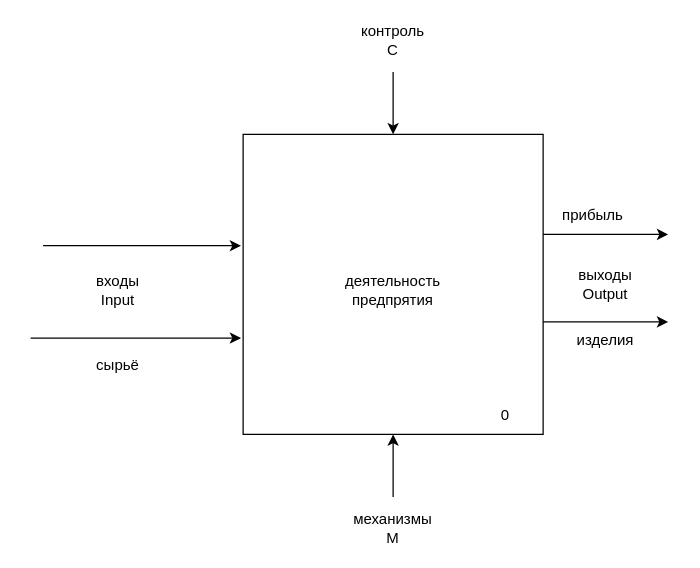
The draw.io diagram page "Страница — 2" (2 of 5) of etol.drawio in emauter/GB_mysql, before the edit. Source tidied: cells renumbered, new cells numbered last; positions are measured from the earlier drawing's top-left corner, leaving out a move shared by most shapes. Both pictures are drawn from the tidied source at 125%, with x=0, y=0 at pixel (30, 21).
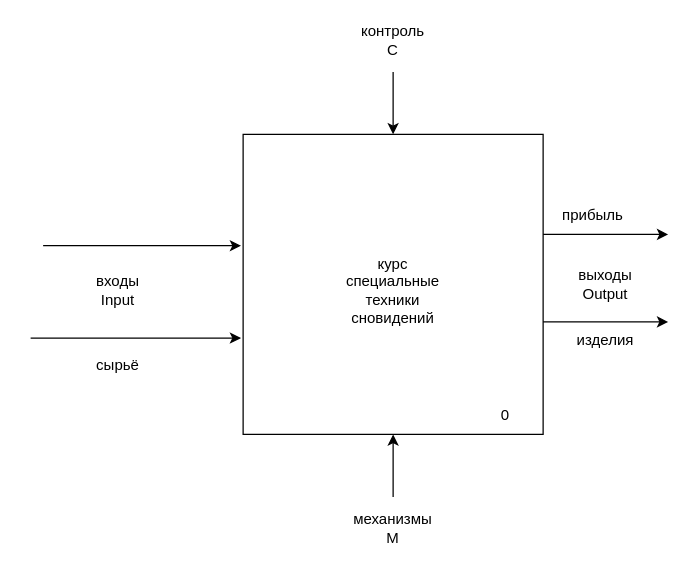
Above is the later version.

Diff of the diagram source:
```diff
@@
-    <mxCell id="13" value="деятельность предпрятия" style="text;html=1;align=center;verticalAlign=middle;whiteSpace=wrap;rounded=0;" parent="1" vertex="1">
+    <mxCell id="13" value="курс специальные техники сновидений" style="text;html=1;align=center;verticalAlign=middle;whiteSpace=wrap;rounded=0;" parent="1" vertex="1">
       <mxGeometry x="260" y="200" width="60" height="30" as="geometry" />
     </mxCell>
```
